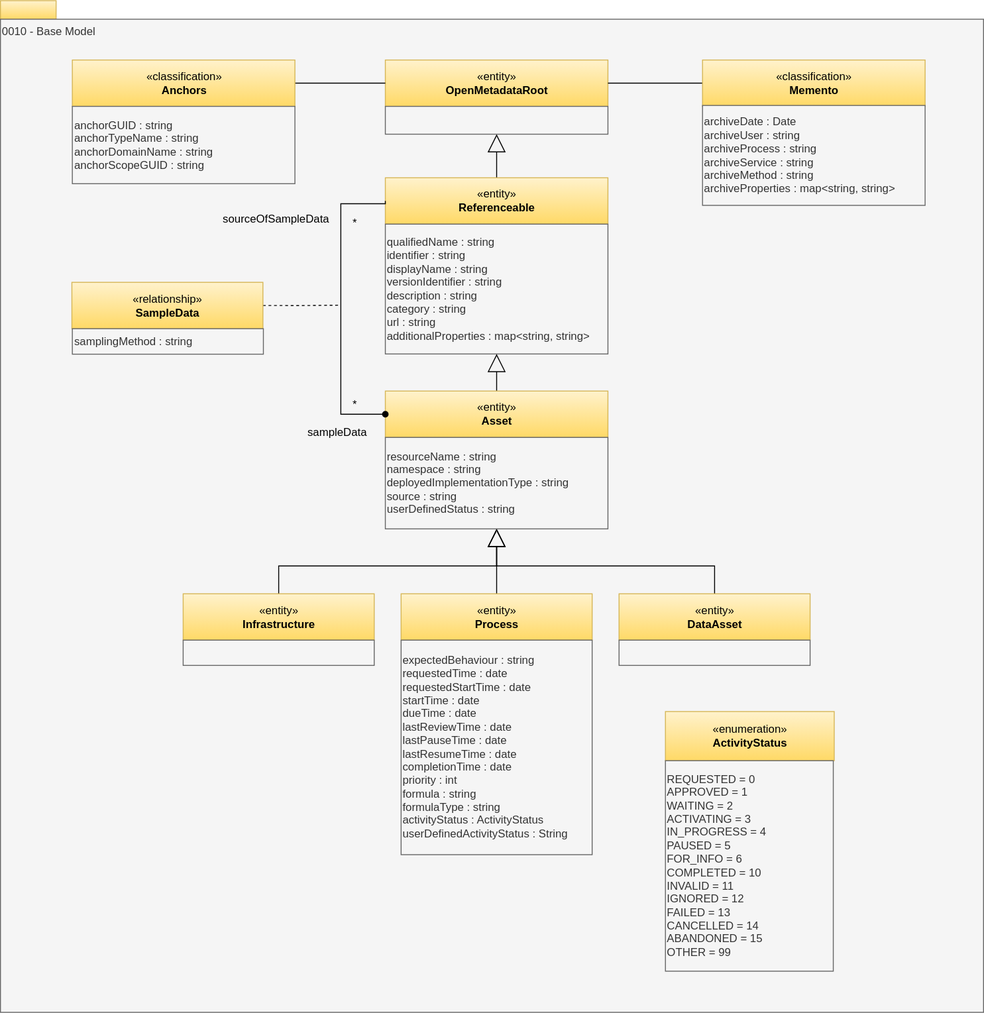
The draw.io diagram site/docs/types/0/0010-Base-Model.svg in odpi/egeria-docs, before a commit. Source tidied: cells renumbered, new cells last; positions are measured from the earlier drawing's top-left corner, leaving out a move shared by most shapes.
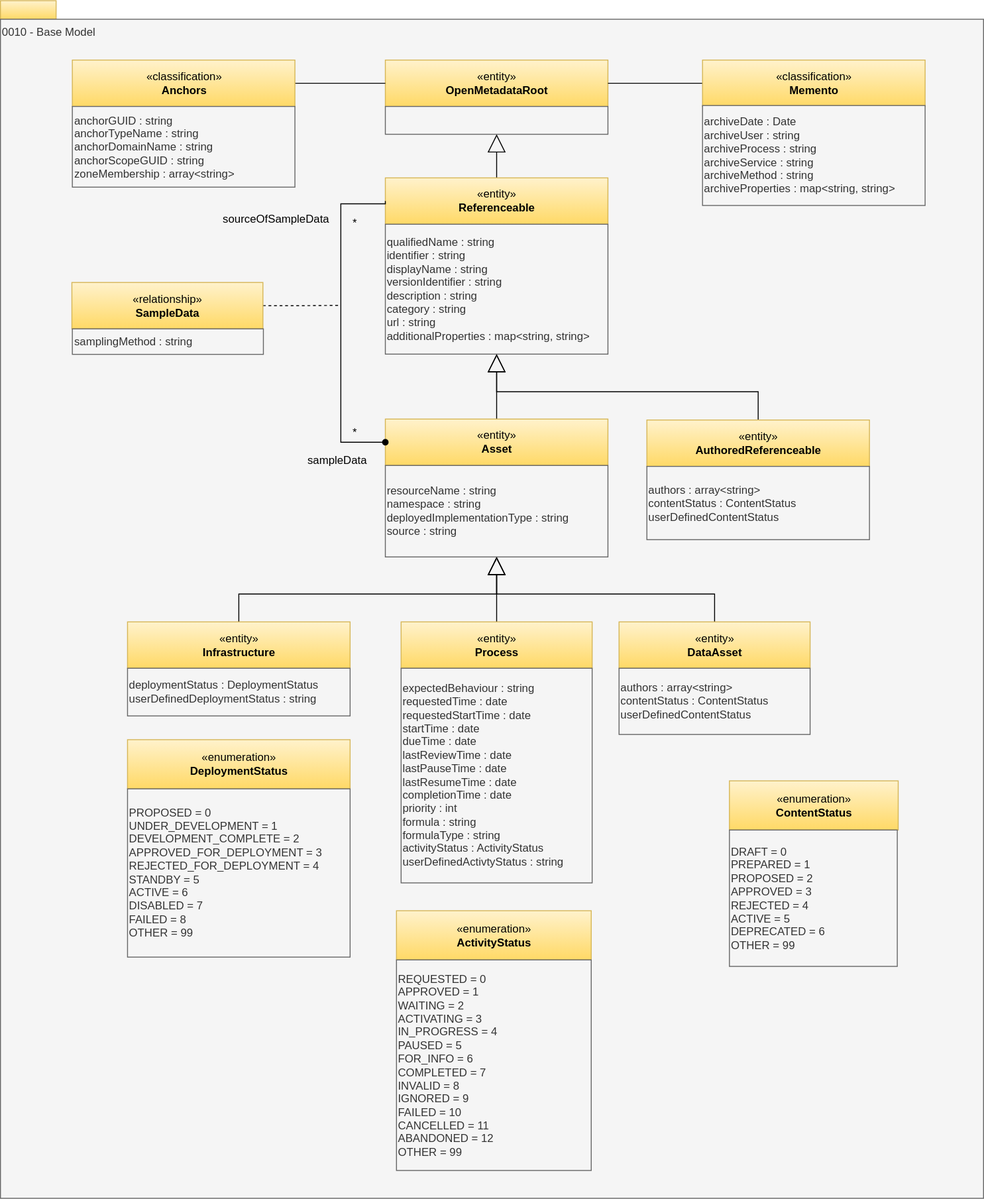
After the commit.

What changed in the source:
```diff
@@ -6,7 +6,7 @@
       <mxGeometry width="60" height="20" as="geometry" />
     </mxCell>
     <mxCell id="3" value="0010 - Base Model" style="rounded=0;whiteSpace=wrap;html=1;align=left;verticalAlign=top;fillColor=#f5f5f5;fontColor=#333333;strokeColor=#666666;" parent="1" vertex="1">
-      <mxGeometry y="20" width="1060" height="1071" as="geometry" />
+      <mxGeometry y="20" width="1060" height="1271" as="geometry" />
     </mxCell>
     <mxCell id="4" style="edgeStyle=orthogonalEdgeStyle;rounded=0;jettySize=auto;html=1;exitX=0.5;exitY=0;exitDx=0;exitDy=0;entryX=0.5;entryY=1;entryDx=0;entryDy=0;endArrow=block;endFill=0;endSize=17;" parent="1" edge="1" source="5" target="19">
       <mxGeometry relative="1" as="geometry" />
@@ -18,7 +18,7 @@
       <mxGeometry relative="1" as="geometry" />
     </mxCell>
     <mxCell id="7" value="«entity»&lt;br&gt;&lt;b&gt;Infrastructure&lt;/b&gt;" style="html=1;strokeColor=#d6b656;align=center;fillColor=#fff2cc;gradientColor=#ffd966;" parent="1" vertex="1">
-      <mxGeometry x="197" y="639.6" width="206" height="50" as="geometry" />
+      <mxGeometry x="137" y="669.6" width="240" height="50" as="geometry" />
     </mxCell>
     <mxCell id="8" value="qualifiedName : string&lt;div&gt;identifier : string&lt;br&gt;&lt;div&gt;displayName : string&lt;div&gt;versionIdentifier : string&lt;br&gt;description : string&lt;/div&gt;&lt;div&gt;category : string&lt;/div&gt;&lt;div&gt;url : string&lt;br&gt;&lt;/div&gt;additionalProperties : map&amp;lt;string, string&amp;gt;&lt;br&gt;&lt;div style=&quot;text-align: left&quot;&gt;&lt;/div&gt;&lt;/div&gt;&lt;/div&gt;" style="rounded=0;whiteSpace=wrap;html=1;strokeColor=#666666;align=left;fillColor=#f5f5f5;fontColor=#333333;" parent="1" vertex="1">
       <mxGeometry x="415" y="241" width="240" height="140" as="geometry" />
@@ -27,28 +27,28 @@
       <mxGeometry relative="1" as="geometry" />
     </mxCell>
     <mxCell id="10" value="«entity»&lt;br&gt;&lt;b&gt;Asset&lt;/b&gt;" style="html=1;strokeColor=#d6b656;align=center;fillColor=#fff2cc;gradientColor=#ffd966;" parent="1" vertex="1">
-      <mxGeometry x="415" y="421" width="240" height="50" as="geometry" />
+      <mxGeometry x="415" y="451" width="240" height="50" as="geometry" />
     </mxCell>
-    <mxCell id="11" value="&lt;div&gt;resourceName : string&lt;br&gt;&lt;div&gt;namespace : string&lt;/div&gt;deployedImplementationType : string&lt;br&gt;&lt;div style=&quot;text-align: left&quot;&gt;&lt;/div&gt;&lt;/div&gt;&lt;div&gt;&lt;span style=&quot;background-color: transparent; color: light-dark(rgb(51, 51, 51), rgb(193, 193, 193));&quot;&gt;source : strin&lt;/span&gt;&lt;span style=&quot;background-color: transparent; color: light-dark(rgb(51, 51, 51), rgb(193, 193, 193));&quot;&gt;g&lt;/span&gt;&lt;/div&gt;&lt;div&gt;userDefinedStatus : string&lt;span style=&quot;color: light-dark(rgb(51, 51, 51), rgb(193, 193, 193)); background-color: transparent;&quot;&gt;&lt;/span&gt;&lt;/div&gt;" style="rounded=0;whiteSpace=wrap;html=1;strokeColor=#666666;align=left;fillColor=#f5f5f5;fontColor=#333333;" parent="1" vertex="1">
-      <mxGeometry x="415" y="471" width="240" height="98.6" as="geometry" />
+    <mxCell id="11" value="&lt;div&gt;resourceName : string&lt;br&gt;&lt;div&gt;namespace : string&lt;/div&gt;deployedImplementationType : string&lt;br&gt;&lt;div style=&quot;text-align: left&quot;&gt;&lt;/div&gt;&lt;/div&gt;&lt;div&gt;&lt;span style=&quot;background-color: transparent; color: light-dark(rgb(51, 51, 51), rgb(193, 193, 193));&quot;&gt;source : strin&lt;/span&gt;&lt;span style=&quot;background-color: transparent; color: light-dark(rgb(51, 51, 51), rgb(193, 193, 193));&quot;&gt;g&lt;/span&gt;&lt;/div&gt;" style="rounded=0;whiteSpace=wrap;html=1;strokeColor=#666666;align=left;fillColor=#f5f5f5;fontColor=#333333;" parent="1" vertex="1">
+      <mxGeometry x="415" y="501" width="240" height="98.6" as="geometry" />
     </mxCell>
     <mxCell id="12" style="edgeStyle=orthogonalEdgeStyle;rounded=0;jettySize=auto;html=1;exitX=0.5;exitY=0;exitDx=0;exitDy=0;endArrow=block;endFill=0;endSize=17;entryX=0.5;entryY=1;entryDx=0;entryDy=0;" parent="1" edge="1" source="13" target="11">
       <mxGeometry relative="1" as="geometry" />
     </mxCell>
     <mxCell id="13" value="«entity»&lt;br&gt;&lt;b&gt;Process&lt;/b&gt;" style="html=1;strokeColor=#d6b656;align=center;fillColor=#fff2cc;gradientColor=#ffd966;" parent="1" vertex="1">
-      <mxGeometry x="432" y="639.6" width="206" height="50" as="geometry" />
+      <mxGeometry x="432" y="669.6" width="206" height="50" as="geometry" />
     </mxCell>
-    <mxCell id="14" value="expectedBehaviour : string&lt;div&gt;requestedTime : date&lt;div&gt;requestedStartTime : date&lt;br&gt;&lt;div&gt;startTime : date&lt;/div&gt;&lt;div&gt;dueTime : date&lt;/div&gt;&lt;div&gt;lastReviewTime : date&lt;/div&gt;&lt;div&gt;lastPauseTime : date&lt;/div&gt;&lt;div&gt;lastResumeTime : date&lt;/div&gt;&lt;div&gt;&lt;span style=&quot;background-color: transparent; color: light-dark(rgb(51, 51, 51), rgb(193, 193, 193));&quot;&gt;completionTime : date&lt;/span&gt;&lt;/div&gt;&lt;div&gt;priority : int&lt;/div&gt;&lt;div&gt;formula : string&lt;br&gt;formulaType : string&lt;/div&gt;&lt;div&gt;activityStatus : ActivityStatus&lt;/div&gt;&lt;div&gt;userDefinedActivityStatus : String&lt;/div&gt;&lt;/div&gt;&lt;/div&gt;" style="rounded=0;whiteSpace=wrap;html=1;strokeColor=#666666;align=left;fillColor=#f5f5f5;fontColor=#333333;" parent="1" vertex="1">
-      <mxGeometry x="432" y="689.6" width="206" height="231.4" as="geometry" />
+    <mxCell id="14" value="expectedBehaviour : string&lt;div&gt;requestedTime : date&lt;div&gt;requestedStartTime : date&lt;br&gt;&lt;div&gt;startTime : date&lt;/div&gt;&lt;div&gt;dueTime : date&lt;/div&gt;&lt;div&gt;lastReviewTime : date&lt;/div&gt;&lt;div&gt;lastPauseTime : date&lt;/div&gt;&lt;div&gt;lastResumeTime : date&lt;/div&gt;&lt;div&gt;&lt;span style=&quot;background-color: transparent; color: light-dark(rgb(51, 51, 51), rgb(193, 193, 193));&quot;&gt;completionTime : date&lt;/span&gt;&lt;/div&gt;&lt;div&gt;priority : int&lt;/div&gt;&lt;div&gt;formula : string&lt;br&gt;formulaType : string&lt;/div&gt;&lt;div&gt;activityStatus : ActivityStatus&lt;/div&gt;&lt;/div&gt;&lt;/div&gt;&lt;div&gt;userDefinedActivtyStatus : string&lt;/div&gt;" style="rounded=0;whiteSpace=wrap;html=1;strokeColor=#666666;align=left;fillColor=#f5f5f5;fontColor=#333333;" parent="1" vertex="1">
+      <mxGeometry x="432" y="719.6" width="206" height="231.4" as="geometry" />
     </mxCell>
     <mxCell id="15" style="edgeStyle=orthogonalEdgeStyle;rounded=0;jettySize=auto;html=1;exitX=0.5;exitY=0;exitDx=0;exitDy=0;endArrow=block;endFill=0;endSize=17;entryX=0.5;entryY=1;entryDx=0;entryDy=0;" parent="1" edge="1" source="16" target="11">
       <mxGeometry relative="1" as="geometry" />
     </mxCell>
     <mxCell id="16" value="«entity»&lt;br&gt;&lt;b&gt;DataAsset&lt;/b&gt;" style="html=1;strokeColor=#d6b656;align=center;fillColor=#fff2cc;gradientColor=#ffd966;" parent="1" vertex="1">
-      <mxGeometry x="667" y="639.6" width="206" height="50" as="geometry" />
+      <mxGeometry x="667" y="669.6" width="206" height="50" as="geometry" />
     </mxCell>
-    <mxCell id="17" style="rounded=0;whiteSpace=wrap;html=1;strokeColor=#666666;align=left;fillColor=#f5f5f5;fontColor=#333333;" parent="1" vertex="1">
-      <mxGeometry x="667" y="689.6" width="206" height="27.2" as="geometry" />
+    <mxCell id="17" value="&lt;div&gt;authors : array&amp;lt;string&amp;gt;&lt;/div&gt;contentStatus : ContentStatus&lt;div&gt;userDefinedContentStatus&lt;/div&gt;" style="rounded=0;whiteSpace=wrap;html=1;strokeColor=#666666;align=left;fillColor=#f5f5f5;fontColor=#333333;" parent="1" vertex="1">
+      <mxGeometry x="667" y="719.6" width="206" height="71.4" as="geometry" />
     </mxCell>
     <mxCell id="18" value="«entity»&lt;br&gt;&lt;b&gt;OpenMetadataRoot&lt;/b&gt;" style="html=1;strokeColor=#d6b656;align=center;fillColor=#fff2cc;gradientColor=#ffd966;" parent="1" vertex="1">
       <mxGeometry x="415" y="64" width="240" height="50" as="geometry" />
@@ -62,8 +62,8 @@
     <mxCell id="21" value="«classification»&lt;br&gt;&lt;b&gt;Anchors&lt;/b&gt;" style="html=1;strokeColor=#d6b656;align=center;fillColor=#fff2cc;gradientColor=#ffd966;" parent="1" vertex="1">
       <mxGeometry x="77.5" y="64" width="240" height="50" as="geometry" />
     </mxCell>
-    <mxCell id="22" value="anchorGUID : string&lt;br&gt;anchorTypeName : string&lt;br&gt;&lt;div style=&quot;text-align: left&quot;&gt;&lt;/div&gt;&lt;div&gt;anchorDomainName : string&lt;/div&gt;&lt;div&gt;anchorScopeGUID : string&lt;/div&gt;" style="rounded=0;whiteSpace=wrap;html=1;strokeColor=#666666;align=left;fillColor=#f5f5f5;fontColor=#333333;" parent="1" vertex="1">
-      <mxGeometry x="77.5" y="114" width="240" height="83.4" as="geometry" />
+    <mxCell id="22" value="anchorGUID : string&lt;br&gt;anchorTypeName : string&lt;br&gt;&lt;div style=&quot;text-align: left&quot;&gt;&lt;/div&gt;&lt;div&gt;anchorDomainName : string&lt;/div&gt;&lt;div&gt;anchorScopeGUID : string&lt;/div&gt;&lt;div&gt;zoneMembership : array&amp;lt;string&amp;gt;&lt;/div&gt;" style="rounded=0;whiteSpace=wrap;html=1;strokeColor=#666666;align=left;fillColor=#f5f5f5;fontColor=#333333;" parent="1" vertex="1">
+      <mxGeometry x="77.5" y="114" width="240" height="87" as="geometry" />
     </mxCell>
     <mxCell id="23" style="edgeStyle=none;rounded=0;jettySize=auto;html=1;exitX=0;exitY=0.5;exitDx=0;exitDy=0;entryX=1;entryY=0.5;entryDx=0;entryDy=0;endArrow=none;endFill=0;" parent="1" edge="1" source="24" target="18">
       <mxGeometry relative="1" as="geometry" />
@@ -86,13 +86,13 @@
       <mxGeometry x="77.5" y="353.8" width="206" height="27.5" as="geometry" />
     </mxCell>
     <mxCell id="29" value="*" style="text;html=1;align=center;verticalAlign=middle;strokeColor=none;fillColor=none;" parent="1" vertex="1">
-      <mxGeometry x="367" y="421" width="30" height="30" as="geometry" />
+      <mxGeometry x="367" y="451" width="30" height="30" as="geometry" />
     </mxCell>
     <mxCell id="30" value="*" style="text;html=1;align=center;verticalAlign=middle;strokeColor=none;fillColor=none;" parent="1" vertex="1">
       <mxGeometry x="367" y="225.4" width="30" height="30" as="geometry" />
     </mxCell>
     <mxCell id="31" value="sampleData" style="text;html=1;align=center;verticalAlign=middle;strokeColor=none;fillColor=none;" parent="1" vertex="1">
-      <mxGeometry x="317.5" y="451" width="90" height="30" as="geometry" />
+      <mxGeometry x="317.5" y="481" width="90" height="30" as="geometry" />
     </mxCell>
     <mxCell id="32" value="sourceOfSampleData" style="text;html=1;align=center;verticalAlign=middle;strokeColor=none;fillColor=none;" parent="1" vertex="1">
       <mxGeometry x="227" y="220.8" width="140" height="30" as="geometry" />
@@ -100,19 +100,41 @@
     <mxCell id="33" style="edgeStyle=orthogonalEdgeStyle;rounded=0;jettySize=auto;html=1;exitX=0;exitY=0.5;exitDx=0;exitDy=0;entryX=0;entryY=0.5;entryDx=0;entryDy=0;endArrow=oval;endFill=1;" parent="1" edge="1" source="5" target="10">
       <mxGeometry relative="1" as="geometry">
         <Array as="points">
+          <mxPoint x="415" y="219" />
           <mxPoint x="367" y="219" />
-          <mxPoint x="367" y="446" />
+          <mxPoint x="367" y="476" />
         </Array>
       </mxGeometry>
     </mxCell>
-    <mxCell id="34" style="rounded=0;whiteSpace=wrap;html=1;strokeColor=#666666;align=left;fillColor=#f5f5f5;fontColor=#333333;" parent="1" vertex="1">
-      <mxGeometry x="197" y="689.6" width="206" height="27.2" as="geometry" />
+    <mxCell id="34" value="deploymentStatus : DeploymentStatus&lt;div&gt;userDefinedDeploymentStatus : string&lt;/div&gt;" style="rounded=0;whiteSpace=wrap;html=1;strokeColor=#666666;align=left;fillColor=#f5f5f5;fontColor=#333333;" parent="1" vertex="1">
+      <mxGeometry x="137" y="719.6" width="240" height="51.4" as="geometry" />
     </mxCell>
-    <mxCell id="35" value="«enumeration»&lt;br&gt;&lt;b&gt;ActivityStatus&lt;/b&gt;" style="html=1;strokeColor=#d6b656;align=center;fillColor=#fff2cc;gradientColor=#ffd966;" parent="1" vertex="1">
-      <mxGeometry x="717" y="766.6" width="182" height="53" as="geometry" />
+    <mxCell id="35" value="«enumeration»&lt;br&gt;&lt;b&gt;ContentStatus&lt;/b&gt;" style="html=1;strokeColor=#d6b656;align=center;fillColor=#fff2cc;gradientColor=#ffd966;" parent="1" vertex="1">
+      <mxGeometry x="786" y="841" width="182" height="53" as="geometry" />
     </mxCell>
-    <mxCell id="36" value="REQUESTED = 0&lt;br&gt;APPROVED = 1&lt;br&gt;WAITING = 2&lt;br&gt;ACTIVATING = 3&lt;br&gt;IN_PROGRESS = 4&lt;div&gt;PAUSED = 5&lt;/div&gt;&lt;div&gt;FOR_INFO = 6&lt;br&gt;COMPLETED = 10&lt;br&gt;INVALID = 11&lt;br&gt;IGNORED = 12&lt;br&gt;FAILED = 13&lt;br&gt;CANCELLED = 14&lt;div&gt;ABANDONED = 15&lt;br&gt;OTHER = 99&lt;/div&gt;&lt;/div&gt;" style="rounded=0;whiteSpace=wrap;html=1;strokeColor=#666666;align=left;fillColor=#f5f5f5;fontColor=#333333;" parent="1" vertex="1">
-      <mxGeometry x="717" y="819.6" width="181" height="227" as="geometry" />
+    <mxCell id="36" value="DRAFT = 0&lt;br&gt;PREPARED = 1&lt;br&gt;PROPOSED = 2&lt;br&gt;APPROVED = 3&lt;br&gt;REJECTED = 4&lt;div&gt;ACTIVE = 5&lt;/div&gt;&lt;div&gt;DEPRECATED = 6&lt;div&gt;OTHER = 99&lt;/div&gt;&lt;/div&gt;" style="rounded=0;whiteSpace=wrap;html=1;strokeColor=#666666;align=left;fillColor=#f5f5f5;fontColor=#333333;" parent="1" vertex="1">
+      <mxGeometry x="786" y="894" width="181" height="147" as="geometry" />
     </mxCell>
+    <mxCell id="37" value="«enumeration»&lt;br&gt;&lt;b&gt;ActivityStatus&lt;/b&gt;" style="html=1;strokeColor=#d6b656;align=center;fillColor=#fff2cc;gradientColor=#ffd966;" parent="1" vertex="1">
+      <mxGeometry x="427" y="981" width="210" height="53" as="geometry" />
+    </mxCell>
+    <mxCell id="38" value="REQUESTED = 0&lt;br&gt;APPROVED = 1&lt;br&gt;WAITING = 2&lt;br&gt;ACTIVATING = 3&lt;br&gt;IN_PROGRESS = 4&lt;div&gt;PAUSED = 5&lt;/div&gt;&lt;div&gt;FOR_INFO = 6&lt;br&gt;COMPLETED = 7&lt;br&gt;INVALID = 8&lt;br&gt;IGNORED = 9&lt;br&gt;FAILED = 10&lt;br&gt;CANCELLED = 11&lt;div&gt;ABANDONED = 12&lt;br&gt;OTHER = 99&lt;/div&gt;&lt;/div&gt;" style="rounded=0;whiteSpace=wrap;html=1;strokeColor=#666666;align=left;fillColor=#f5f5f5;fontColor=#333333;" parent="1" vertex="1">
+      <mxGeometry x="427" y="1034" width="210" height="227" as="geometry" />
+    </mxCell>
+    <mxCell id="39" value="«enumeration»&lt;br&gt;&lt;b&gt;DeploymentStatus&lt;/b&gt;" style="html=1;strokeColor=#d6b656;align=center;fillColor=#fff2cc;gradientColor=#ffd966;" parent="1" vertex="1">
+      <mxGeometry x="137" y="796.6" width="240" height="53" as="geometry" />
+    </mxCell>
+    <mxCell id="40" value="PROPOSED = 0&lt;br&gt;UNDER_DEVELOPMENT = 1&lt;br&gt;DEVELOPMENT_COMPLETE = 2&lt;br&gt;APPROVED_FOR_DEPLOYMENT = 3&lt;br&gt;REJECTED_FOR_DEPLOYMENT = 4&lt;div&gt;STANDBY = 5&lt;/div&gt;&lt;div&gt;ACTIVE = 6&lt;br&gt;DISABLED = 7&lt;/div&gt;&lt;div&gt;FAILED = 8&lt;br&gt;&lt;div&gt;OTHER = 99&lt;/div&gt;&lt;/div&gt;" style="rounded=0;whiteSpace=wrap;html=1;strokeColor=#666666;align=left;fillColor=#f5f5f5;fontColor=#333333;" parent="1" vertex="1">
+      <mxGeometry x="137" y="849.6" width="240" height="181.4" as="geometry" />
+    </mxCell>
+    <mxCell id="41" style="edgeStyle=orthogonalEdgeStyle;rounded=0;jettySize=auto;html=1;exitX=0.5;exitY=0;exitDx=0;exitDy=0;entryX=0.5;entryY=1;entryDx=0;entryDy=0;endArrow=block;endFill=0;endSize=17;" parent="1" edge="1" source="42" target="8">
+      <mxGeometry relative="1" as="geometry" />
+    </mxCell>
+    <mxCell id="42" value="«entity»&lt;br&gt;&lt;b&gt;AuthoredReferenceable&lt;/b&gt;" style="html=1;strokeColor=#d6b656;align=center;fillColor=#fff2cc;gradientColor=#ffd966;" parent="1" vertex="1">
+      <mxGeometry x="697" y="452" width="240" height="50" as="geometry" />
+    </mxCell>
+    <mxCell id="43" value="&lt;div&gt;&lt;div&gt;authors : array&amp;lt;string&amp;gt;&lt;/div&gt;&lt;div&gt;contentStatus : ContentStatus&lt;div&gt;userDefinedContentStatus&lt;/div&gt;&lt;div style=&quot;text-align: left&quot;&gt;&lt;/div&gt;&lt;/div&gt;&lt;/div&gt;" style="rounded=0;whiteSpace=wrap;html=1;strokeColor=#666666;align=left;fillColor=#f5f5f5;fontColor=#333333;" parent="1" vertex="1">
+      <mxGeometry x="697" y="502" width="240" height="79" as="geometry" />
+    </mxCell>
   </root>
 </mxGraphModel>
```
